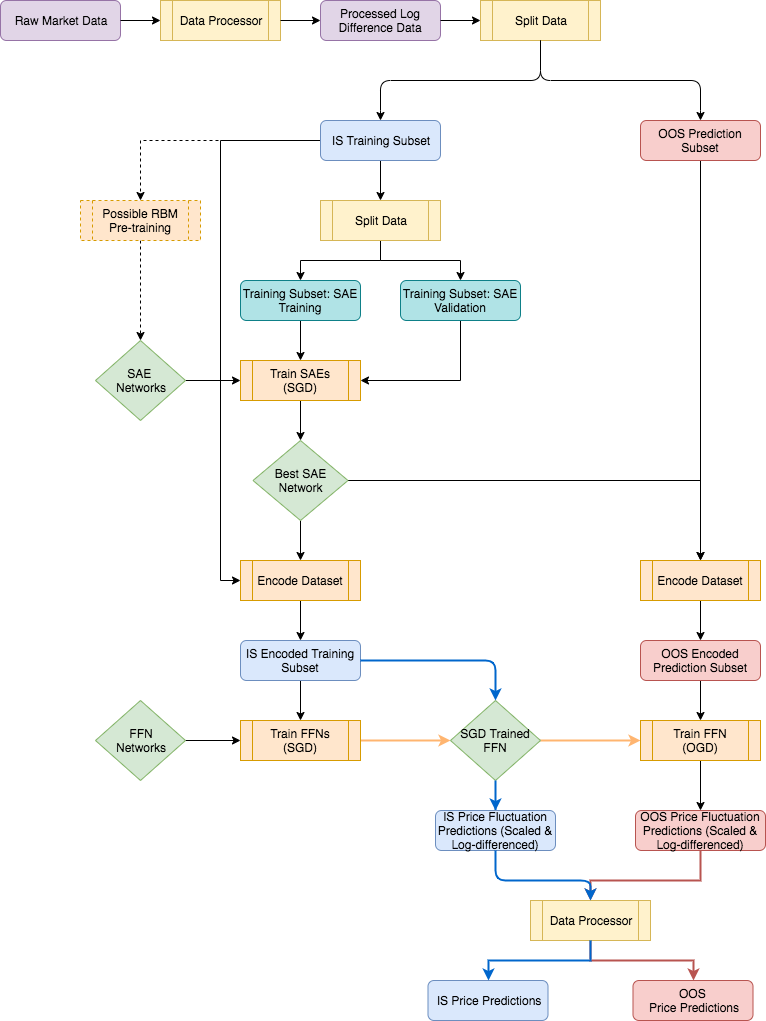
Before: Thesis/Images/process_implementation/process_flow.png, a diagram exported from draw.io (joel11/Masters). Source tidied: cells renumbered, new cells last; positions are measured from the earlier drawing's top-left corner, leaving out a move shared by most shapes.
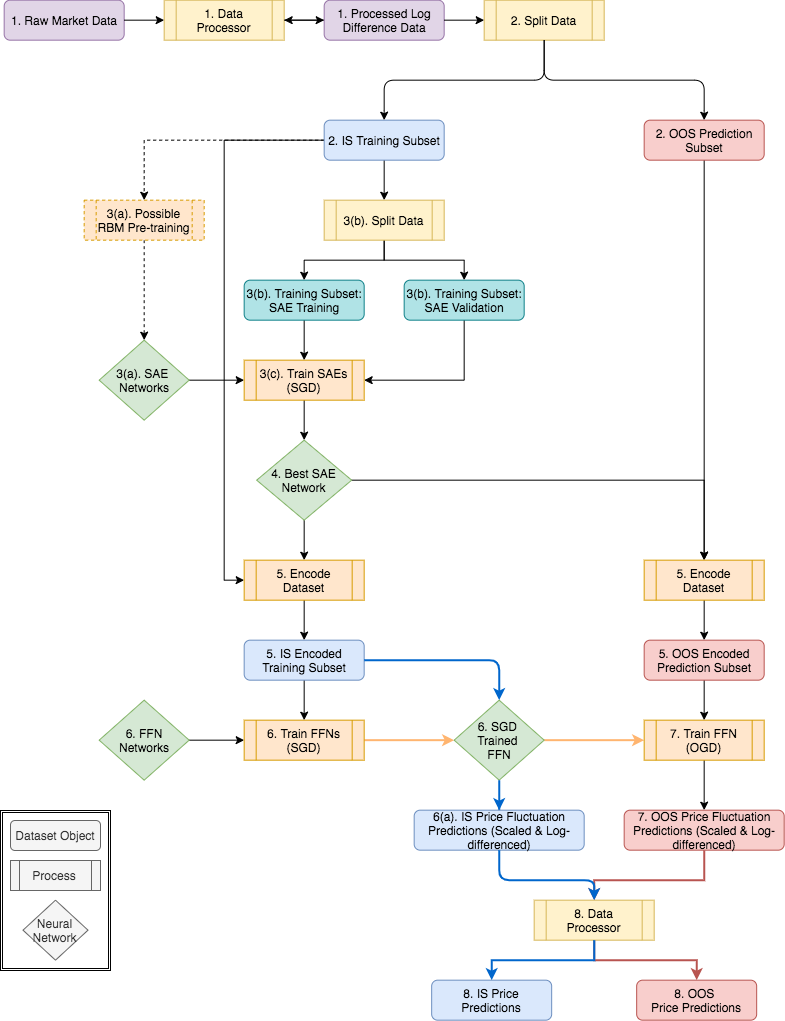
After the commit.

The edit, as a diff of the source:
```diff
@@ -2,16 +2,22 @@
   <root>
     <mxCell id="0" />
     <mxCell id="1" parent="0" />
+    <mxCell id="60" style="shape=ext;double=1;rounded=0;whiteSpace=wrap;html=1;" parent="1" vertex="1">
+      <mxGeometry x="-3.7" y="810.3" width="110" height="160" as="geometry" />
+    </mxCell>
-    <mxCell id="2" value="Data Processor" style="shape=process;whiteSpace=wrap;html=1;backgroundOutline=1;fillColor=#fff2cc;strokeColor=#d6b656;" parent="1" vertex="1">
+    <mxCell id="2" value="1. Data Processor" style="shape=process;whiteSpace=wrap;html=1;backgroundOutline=1;fillColor=#fff2cc;strokeColor=#d6b656;" parent="1" vertex="1">
       <mxGeometry x="160" width="120" height="40" as="geometry" />
     </mxCell>
-    <mxCell id="3" value="&lt;span style=&quot;white-space: normal&quot;&gt;Raw Market Data&lt;/span&gt;" style="rounded=1;whiteSpace=wrap;html=1;fillColor=#e1d5e7;strokeColor=#9673a6;" parent="1" vertex="1">
+    <mxCell id="3" value="&lt;span style=&quot;white-space: normal&quot;&gt;1. Raw Market Data&lt;/span&gt;" style="rounded=1;whiteSpace=wrap;html=1;fillColor=#e1d5e7;strokeColor=#9673a6;" parent="1" vertex="1">
       <mxGeometry width="120" height="40" as="geometry" />
     </mxCell>
+    <mxCell id="61" style="edgeStyle=orthogonalEdgeStyle;rounded=0;jettySize=auto;html=1;" parent="1" edge="1" source="4" target="2">
+      <mxGeometry relative="1" as="geometry" />
+    </mxCell>
-    <mxCell id="4" value="Processed Log Difference Data" style="rounded=1;whiteSpace=wrap;html=1;fillColor=#e1d5e7;strokeColor=#9673a6;" parent="1" vertex="1">
+    <mxCell id="4" value="1. Processed Log Difference Data" style="rounded=1;whiteSpace=wrap;html=1;fillColor=#e1d5e7;strokeColor=#9673a6;" parent="1" vertex="1">
       <mxGeometry x="320" width="120" height="40" as="geometry" />
     </mxCell>
-    <mxCell id="5" value="Split Data" style="shape=process;whiteSpace=wrap;html=1;backgroundOutline=1;fillColor=#fff2cc;strokeColor=#d6b656;" parent="1" vertex="1">
+    <mxCell id="5" value="2. Split Data" style="shape=process;whiteSpace=wrap;html=1;backgroundOutline=1;fillColor=#fff2cc;strokeColor=#d6b656;" parent="1" vertex="1">
       <mxGeometry x="480" width="120" height="40" as="geometry" />
     </mxCell>
     <mxCell id="6" style="edgeStyle=orthogonalEdgeStyle;rounded=0;jettySize=auto;html=1;exitX=0.5;exitY=1;exitDx=0;exitDy=0;" parent="1" edge="1" source="9" target="25">
@@ -23,13 +29,13 @@
     <mxCell id="8" style="edgeStyle=orthogonalEdgeStyle;rounded=0;jumpStyle=arc;jumpSize=19;jettySize=auto;html=1;exitX=0;exitY=0.5;exitDx=0;exitDy=0;dashed=1;" parent="1" edge="1" source="9" target="47">
       <mxGeometry relative="1" as="geometry" />
     </mxCell>
-    <mxCell id="9" value="IS Training Subset" style="rounded=1;whiteSpace=wrap;html=1;fillColor=#dae8fc;strokeColor=#6c8ebf;" parent="1" vertex="1">
+    <mxCell id="9" value="2. IS Training Subset" style="rounded=1;whiteSpace=wrap;html=1;fillColor=#dae8fc;strokeColor=#6c8ebf;" parent="1" vertex="1">
       <mxGeometry x="320" y="120" width="120" height="40" as="geometry" />
     </mxCell>
     <mxCell id="10" style="edgeStyle=orthogonalEdgeStyle;rounded=0;jumpStyle=arc;jumpSize=19;jettySize=auto;html=1;exitX=0.5;exitY=1;exitDx=0;exitDy=0;" parent="1" edge="1" source="11" target="53">
       <mxGeometry relative="1" as="geometry" />
     </mxCell>
-    <mxCell id="11" value="OOS Prediction Subset" style="rounded=1;whiteSpace=wrap;html=1;fillColor=#f8cecc;strokeColor=#b85450;" parent="1" vertex="1">
+    <mxCell id="11" value="2. OOS Prediction Subset" style="rounded=1;whiteSpace=wrap;html=1;fillColor=#f8cecc;strokeColor=#b85450;" parent="1" vertex="1">
       <mxGeometry x="640" y="120" width="120" height="40" as="geometry" />
     </mxCell>
     <mxCell id="12" style="endArrow=classic;html=1;exitX=1;exitY=0.5;exitDx=0;exitDy=0;entryX=0;entryY=0.5;entryDx=0;entryDy=0;" parent="1" edge="1" source="3" target="2">
@@ -64,19 +70,19 @@
     <mxCell id="17" style="edgeStyle=orthogonalEdgeStyle;rounded=0;jettySize=auto;html=1;exitX=1;exitY=0.5;exitDx=0;exitDy=0;entryX=0;entryY=0.5;entryDx=0;entryDy=0;" parent="1" edge="1" source="18" target="20">
       <mxGeometry relative="1" as="geometry" />
     </mxCell>
-    <mxCell id="18" value="SAE &lt;br&gt;Networks" style="rhombus;whiteSpace=wrap;html=1;fillColor=#d5e8d4;strokeColor=#82b366;" parent="1" vertex="1">
+    <mxCell id="18" value="3(a). SAE &lt;br&gt;Networks" style="rhombus;whiteSpace=wrap;html=1;fillColor=#d5e8d4;strokeColor=#82b366;" parent="1" vertex="1">
       <mxGeometry x="95" y="340" width="90" height="80" as="geometry" />
     </mxCell>
     <mxCell id="19" style="edgeStyle=orthogonalEdgeStyle;rounded=0;jettySize=auto;html=1;exitX=0.5;exitY=1;exitDx=0;exitDy=0;" parent="1" edge="1" source="20" target="30">
       <mxGeometry relative="1" as="geometry" />
     </mxCell>
-    <mxCell id="20" value="Train SAEs (SGD)" style="shape=process;whiteSpace=wrap;html=1;backgroundOutline=1;fillColor=#ffe6cc;strokeColor=#d79b00;" parent="1" vertex="1">
+    <mxCell id="20" value="3(c). Train SAEs (SGD)" style="shape=process;whiteSpace=wrap;html=1;backgroundOutline=1;fillColor=#ffe6cc;strokeColor=#d79b00;" parent="1" vertex="1">
       <mxGeometry x="240" y="360" width="120" height="40" as="geometry" />
     </mxCell>
     <mxCell id="21" style="edgeStyle=orthogonalEdgeStyle;rounded=0;jettySize=auto;html=1;exitX=0.5;exitY=1;exitDx=0;exitDy=0;entryX=0.5;entryY=0;entryDx=0;entryDy=0;" parent="1" edge="1" source="22" target="20">
       <mxGeometry relative="1" as="geometry" />
     </mxCell>
-    <mxCell id="22" value="Training Subset: SAE Training" style="rounded=1;whiteSpace=wrap;html=1;fillColor=#b0e3e6;strokeColor=#0e8088;" parent="1" vertex="1">
+    <mxCell id="22" value="3(b). Training Subset: SAE Training" style="rounded=1;whiteSpace=wrap;html=1;fillColor=#b0e3e6;strokeColor=#0e8088;" parent="1" vertex="1">
       <mxGeometry x="240" y="280" width="120" height="40" as="geometry" />
     </mxCell>
     <mxCell id="23" style="edgeStyle=orthogonalEdgeStyle;rounded=0;jettySize=auto;html=1;exitX=0.5;exitY=1;exitDx=0;exitDy=0;" parent="1" edge="1" source="25" target="27">
@@ -85,13 +91,13 @@
     <mxCell id="24" style="edgeStyle=orthogonalEdgeStyle;rounded=0;jettySize=auto;html=1;exitX=0.5;exitY=1;exitDx=0;exitDy=0;" parent="1" edge="1" source="25" target="22">
       <mxGeometry relative="1" as="geometry" />
     </mxCell>
-    <mxCell id="25" value="Split Data" style="shape=process;whiteSpace=wrap;html=1;backgroundOutline=1;fillColor=#fff2cc;strokeColor=#d6b656;" parent="1" vertex="1">
+    <mxCell id="25" value="3(b). Split Data" style="shape=process;whiteSpace=wrap;html=1;backgroundOutline=1;fillColor=#fff2cc;strokeColor=#d6b656;" parent="1" vertex="1">
       <mxGeometry x="320" y="200" width="120" height="40" as="geometry" />
     </mxCell>
     <mxCell id="26" style="edgeStyle=orthogonalEdgeStyle;rounded=0;jettySize=auto;html=1;exitX=0.5;exitY=1;exitDx=0;exitDy=0;entryX=1;entryY=0.5;entryDx=0;entryDy=0;" parent="1" edge="1" source="27" target="20">
       <mxGeometry relative="1" as="geometry" />
     </mxCell>
-    <mxCell id="27" value="Training Subset: SAE Validation" style="rounded=1;whiteSpace=wrap;html=1;fillColor=#b0e3e6;strokeColor=#0e8088;" parent="1" vertex="1">
+    <mxCell id="27" value="3(b). Training Subset: SAE Validation" style="rounded=1;whiteSpace=wrap;html=1;fillColor=#b0e3e6;strokeColor=#0e8088;" parent="1" vertex="1">
       <mxGeometry x="400" y="280" width="120" height="40" as="geometry" />
     </mxCell>
     <mxCell id="28" style="edgeStyle=orthogonalEdgeStyle;rounded=0;jettySize=auto;html=1;exitX=0.5;exitY=1;exitDx=0;exitDy=0;entryX=0.5;entryY=0;entryDx=0;entryDy=0;" parent="1" edge="1" source="30" target="32">
@@ -100,7 +106,7 @@
     <mxCell id="29" style="edgeStyle=orthogonalEdgeStyle;rounded=0;jettySize=auto;html=1;entryX=0.5;entryY=0;entryDx=0;entryDy=0;" parent="1" edge="1" source="30" target="53">
       <mxGeometry relative="1" as="geometry" />
     </mxCell>
-    <mxCell id="30" value="Best SAE Network" style="rhombus;whiteSpace=wrap;html=1;fillColor=#d5e8d4;strokeColor=#82b366;" parent="1" vertex="1">
+    <mxCell id="30" value="4. Best SAE Network" style="rhombus;whiteSpace=wrap;html=1;fillColor=#d5e8d4;strokeColor=#82b366;" parent="1" vertex="1">
       <mxGeometry x="252.5" y="440" width="95" height="80" as="geometry" />
     </mxCell>
     <mxCell id="31" style="edgeStyle=orthogonalEdgeStyle;rounded=0;jumpStyle=arc;jumpSize=19;jettySize=auto;html=1;exitX=0.5;exitY=1;exitDx=0;exitDy=0;" parent="1" edge="1" source="32">
@@ -108,31 +114,31 @@
         <mxPoint x="300" y="640" as="targetPoint" />
       </mxGeometry>
     </mxCell>
-    <mxCell id="32" value="Encode Dataset" style="shape=process;whiteSpace=wrap;html=1;backgroundOutline=1;fillColor=#ffe6cc;strokeColor=#d79b00;" parent="1" vertex="1">
+    <mxCell id="32" value="5. Encode Dataset" style="shape=process;whiteSpace=wrap;html=1;backgroundOutline=1;fillColor=#ffe6cc;strokeColor=#d79b00;" parent="1" vertex="1">
       <mxGeometry x="240" y="560" width="120" height="40" as="geometry" />
     </mxCell>
     <mxCell id="33" style="edgeStyle=orthogonalEdgeStyle;rounded=0;jumpStyle=arc;jumpSize=19;jettySize=auto;html=1;exitX=1;exitY=0.5;exitDx=0;exitDy=0;entryX=0;entryY=0.5;entryDx=0;entryDy=0;" parent="1" edge="1" source="34" target="36">
       <mxGeometry relative="1" as="geometry" />
     </mxCell>
-    <mxCell id="34" value="FFN&lt;br&gt;Networks" style="rhombus;whiteSpace=wrap;html=1;fillColor=#d5e8d4;strokeColor=#82b366;" parent="1" vertex="1">
+    <mxCell id="34" value="6. FFN&lt;br&gt;Networks" style="rhombus;whiteSpace=wrap;html=1;fillColor=#d5e8d4;strokeColor=#82b366;" parent="1" vertex="1">
       <mxGeometry x="95" y="700" width="90" height="80" as="geometry" />
     </mxCell>
     <mxCell id="35" style="edgeStyle=orthogonalEdgeStyle;rounded=0;jumpStyle=arc;jumpSize=19;jettySize=auto;html=1;exitX=1;exitY=0.5;exitDx=0;exitDy=0;entryX=0;entryY=0.5;entryDx=0;entryDy=0;strokeColor=#FFB570;strokeWidth=2;" parent="1" edge="1" source="36" target="38">
       <mxGeometry relative="1" as="geometry" />
     </mxCell>
-    <mxCell id="36" value="Train FFNs (SGD)" style="shape=process;whiteSpace=wrap;html=1;backgroundOutline=1;fillColor=#ffe6cc;strokeColor=#d79b00;" parent="1" vertex="1">
+    <mxCell id="36" value="6. Train FFNs (SGD)" style="shape=process;whiteSpace=wrap;html=1;backgroundOutline=1;fillColor=#ffe6cc;strokeColor=#d79b00;" parent="1" vertex="1">
       <mxGeometry x="240" y="720" width="120" height="40" as="geometry" />
     </mxCell>
     <mxCell id="37" style="edgeStyle=orthogonalEdgeStyle;rounded=0;jumpStyle=arc;jumpSize=19;jettySize=auto;html=1;exitX=1;exitY=0.5;exitDx=0;exitDy=0;entryX=0;entryY=0.5;entryDx=0;entryDy=0;strokeColor=#FFB570;strokeWidth=2;" parent="1" edge="1" source="38" target="40">
       <mxGeometry relative="1" as="geometry" />
     </mxCell>
-    <mxCell id="38" value="SGD Trained &lt;br&gt;FFN" style="rhombus;whiteSpace=wrap;html=1;fillColor=#d5e8d4;strokeColor=#82b366;" parent="1" vertex="1">
+    <mxCell id="38" value="6. SGD &lt;br&gt;Trained &lt;br&gt;FFN" style="rhombus;whiteSpace=wrap;html=1;fillColor=#d5e8d4;strokeColor=#82b366;" parent="1" vertex="1">
       <mxGeometry x="450" y="700" width="90" height="80" as="geometry" />
     </mxCell>
     <mxCell id="39" style="edgeStyle=orthogonalEdgeStyle;rounded=0;jumpStyle=arc;jumpSize=19;jettySize=auto;html=1;exitX=0.5;exitY=1;exitDx=0;exitDy=0;entryX=0.5;entryY=0;entryDx=0;entryDy=0;" parent="1" edge="1" source="40" target="42">
       <mxGeometry relative="1" as="geometry" />
     </mxCell>
-    <mxCell id="40" value="Train FFN (OGD)" style="shape=process;whiteSpace=wrap;html=1;backgroundOutline=1;fillColor=#ffe6cc;strokeColor=#d79b00;" parent="1" vertex="1">
+    <mxCell id="40" value="7. Train FFN (OGD)" style="shape=process;whiteSpace=wrap;html=1;backgroundOutline=1;fillColor=#ffe6cc;strokeColor=#d79b00;" parent="1" vertex="1">
       <mxGeometry x="640" y="720" width="120" height="40" as="geometry" />
     </mxCell>
     <mxCell id="41" style="edgeStyle=orthogonalEdgeStyle;rounded=0;jumpStyle=arc;jumpSize=19;jettySize=auto;html=1;exitX=0.5;exitY=1;exitDx=0;exitDy=0;entryX=0.5;entryY=0;entryDx=0;entryDy=0;fillColor=#f8cecc;strokeColor=#b85450;strokeWidth=2;" parent="1" edge="1" source="42" target="44">
@@ -143,40 +149,40 @@
         </Array>
       </mxGeometry>
     </mxCell>
-    <mxCell id="42" value="OOS Price Fluctuation Predictions (Scaled &amp;amp; Log-differenced)" style="rounded=1;whiteSpace=wrap;html=1;fillColor=#f8cecc;strokeColor=#b85450;" parent="1" vertex="1">
-      <mxGeometry x="635" y="810" width="130" height="40" as="geometry" />
+    <mxCell id="42" value="7. OOS Price Fluctuation Predictions (Scaled &amp;amp; Log-differenced)" style="rounded=1;whiteSpace=wrap;html=1;fillColor=#f8cecc;strokeColor=#b85450;" parent="1" vertex="1">
+      <mxGeometry x="620" y="810" width="160" height="40" as="geometry" />
     </mxCell>
     <mxCell id="43" style="edgeStyle=orthogonalEdgeStyle;rounded=0;jumpStyle=arc;jumpSize=19;jettySize=auto;html=1;exitX=0.5;exitY=1;exitDx=0;exitDy=0;entryX=0.5;entryY=0;entryDx=0;entryDy=0;fillColor=#f8cecc;strokeColor=#b85450;strokeWidth=2;" parent="1" edge="1" source="44" target="45">
       <mxGeometry relative="1" as="geometry" />
     </mxCell>
-    <mxCell id="44" value="Data Processor" style="shape=process;whiteSpace=wrap;html=1;backgroundOutline=1;fillColor=#fff2cc;strokeColor=#d6b656;" parent="1" vertex="1">
+    <mxCell id="44" value="8. Data Processor" style="shape=process;whiteSpace=wrap;html=1;backgroundOutline=1;fillColor=#fff2cc;strokeColor=#d6b656;" parent="1" vertex="1">
       <mxGeometry x="530" y="900" width="120" height="40" as="geometry" />
     </mxCell>
-    <mxCell id="45" value="OOS &lt;br&gt;Price Predictions" style="rounded=1;whiteSpace=wrap;html=1;fillColor=#f8cecc;strokeColor=#b85450;" parent="1" vertex="1">
+    <mxCell id="45" value="8. OOS &lt;br&gt;Price Predictions" style="rounded=1;whiteSpace=wrap;html=1;fillColor=#f8cecc;strokeColor=#b85450;" parent="1" vertex="1">
       <mxGeometry x="632.5" y="980" width="120" height="40" as="geometry" />
     </mxCell>
     <mxCell id="46" style="edgeStyle=orthogonalEdgeStyle;rounded=0;jumpStyle=arc;jumpSize=19;jettySize=auto;html=1;exitX=0.5;exitY=1;exitDx=0;exitDy=0;entryX=0.5;entryY=0;entryDx=0;entryDy=0;dashed=1;" parent="1" edge="1" source="47" target="18">
       <mxGeometry relative="1" as="geometry" />
     </mxCell>
-    <mxCell id="47" value="Possible RBM Pre-training" style="shape=process;whiteSpace=wrap;html=1;backgroundOutline=1;fillColor=#ffe6cc;strokeColor=#d79b00;dashed=1;" parent="1" vertex="1">
+    <mxCell id="47" value="3(a). Possible RBM Pre-training" style="shape=process;whiteSpace=wrap;html=1;backgroundOutline=1;fillColor=#ffe6cc;strokeColor=#d79b00;dashed=1;" parent="1" vertex="1">
       <mxGeometry x="80" y="200" width="120" height="40" as="geometry" />
     </mxCell>
     <mxCell id="48" style="edgeStyle=orthogonalEdgeStyle;rounded=0;jumpStyle=arc;jumpSize=19;jettySize=auto;html=1;exitX=0.5;exitY=1;exitDx=0;exitDy=0;entryX=0.5;entryY=0;entryDx=0;entryDy=0;" parent="1" edge="1" source="49" target="36">
       <mxGeometry relative="1" as="geometry" />
     </mxCell>
-    <mxCell id="49" value="IS Encoded Training Subset" style="rounded=1;whiteSpace=wrap;html=1;fillColor=#dae8fc;strokeColor=#6c8ebf;" parent="1" vertex="1">
+    <mxCell id="49" value="5. IS Encoded Training Subset" style="rounded=1;whiteSpace=wrap;html=1;fillColor=#dae8fc;strokeColor=#6c8ebf;" parent="1" vertex="1">
       <mxGeometry x="240" y="640" width="120" height="40" as="geometry" />
     </mxCell>
     <mxCell id="50" style="edgeStyle=orthogonalEdgeStyle;rounded=0;jettySize=auto;html=1;exitX=0.5;exitY=1;exitDx=0;exitDy=0;" parent="1" edge="1" source="51" target="40">
       <mxGeometry relative="1" as="geometry" />
     </mxCell>
-    <mxCell id="51" value="OOS Encoded Prediction Subset" style="rounded=1;whiteSpace=wrap;html=1;fillColor=#f8cecc;strokeColor=#b85450;" parent="1" vertex="1">
+    <mxCell id="51" value="5. OOS Encoded Prediction Subset" style="rounded=1;whiteSpace=wrap;html=1;fillColor=#f8cecc;strokeColor=#b85450;" parent="1" vertex="1">
       <mxGeometry x="640" y="640" width="120" height="40" as="geometry" />
     </mxCell>
     <mxCell id="52" style="edgeStyle=orthogonalEdgeStyle;rounded=0;jettySize=auto;html=1;exitX=0.5;exitY=1;exitDx=0;exitDy=0;entryX=0.5;entryY=0;entryDx=0;entryDy=0;" parent="1" edge="1" source="53" target="51">
       <mxGeometry relative="1" as="geometry" />
     </mxCell>
-    <mxCell id="53" value="Encode Dataset" style="shape=process;whiteSpace=wrap;html=1;backgroundOutline=1;fillColor=#ffe6cc;strokeColor=#d79b00;" parent="1" vertex="1">
+    <mxCell id="53" value="5. Encode Dataset" style="shape=process;whiteSpace=wrap;html=1;backgroundOutline=1;fillColor=#ffe6cc;strokeColor=#d79b00;" parent="1" vertex="1">
       <mxGeometry x="640" y="560" width="120" height="40" as="geometry" />
     </mxCell>
     <mxCell id="54" style="endArrow=classic;html=1;exitX=1;exitY=0.5;exitDx=0;exitDy=0;entryX=0.5;entryY=0;entryDx=0;entryDy=0;fillColor=#66B2FF;strokeColor=#0066CC;strokeWidth=2;" parent="1" edge="1" source="49" target="38">
@@ -194,10 +200,10 @@
         </Array>
       </mxGeometry>
     </mxCell>
-    <mxCell id="56" value="IS Price Fluctuation Predictions (Scaled &amp;amp; Log-differenced)" style="rounded=1;whiteSpace=wrap;html=1;fillColor=#dae8fc;strokeColor=#6c8ebf;" parent="1" vertex="1">
-      <mxGeometry x="435" y="810" width="120" height="40" as="geometry" />
+    <mxCell id="56" value="6(a). IS Price Fluctuation Predictions (Scaled &amp;amp; Log-differenced)" style="rounded=1;whiteSpace=wrap;html=1;fillColor=#dae8fc;strokeColor=#6c8ebf;" parent="1" vertex="1">
+      <mxGeometry x="410" y="810" width="170" height="40" as="geometry" />
     </mxCell>
-    <mxCell id="57" value="IS Price Predictions" style="rounded=1;whiteSpace=wrap;html=1;fillColor=#dae8fc;strokeColor=#6c8ebf;" parent="1" vertex="1">
+    <mxCell id="57" value="8. IS Price Predictions" style="rounded=1;whiteSpace=wrap;html=1;fillColor=#dae8fc;strokeColor=#6c8ebf;" parent="1" vertex="1">
       <mxGeometry x="427.5" y="980" width="120" height="40" as="geometry" />
     </mxCell>
     <mxCell id="58" style="edgeStyle=orthogonalEdgeStyle;rounded=0;jumpStyle=arc;jumpSize=19;jettySize=auto;html=1;exitX=0.5;exitY=1;exitDx=0;exitDy=0;entryX=0.5;entryY=0;entryDx=0;entryDy=0;fillColor=#dae8fc;strokeColor=#0066CC;strokeWidth=2;" parent="1" edge="1" source="44" target="57">
@@ -211,5 +217,14 @@
         </Array>
       </mxGeometry>
     </mxCell>
+    <mxCell id="62" value="&lt;span style=&quot;white-space: normal&quot;&gt;Dataset Object&lt;/span&gt;" style="rounded=1;whiteSpace=wrap;html=1;fillColor=#f5f5f5;strokeColor=#666666;fontColor=#333333;" parent="1" vertex="1">
+      <mxGeometry x="6.3" y="820.3" width="90" height="30" as="geometry" />
+    </mxCell>
+    <mxCell id="63" value="Process" style="shape=process;whiteSpace=wrap;html=1;backgroundOutline=1;fillColor=#f5f5f5;strokeColor=#666666;fontColor=#333333;" parent="1" vertex="1">
+      <mxGeometry x="6.3" y="860.3" width="90" height="30" as="geometry" />
+    </mxCell>
+    <mxCell id="64" value="Neural Network" style="rhombus;whiteSpace=wrap;html=1;fillColor=#f5f5f5;strokeColor=#666666;fontColor=#333333;" parent="1" vertex="1">
+      <mxGeometry x="18.8" y="900" width="65" height="60" as="geometry" />
+    </mxCell>
   </root>
 </mxGraphModel>
```
